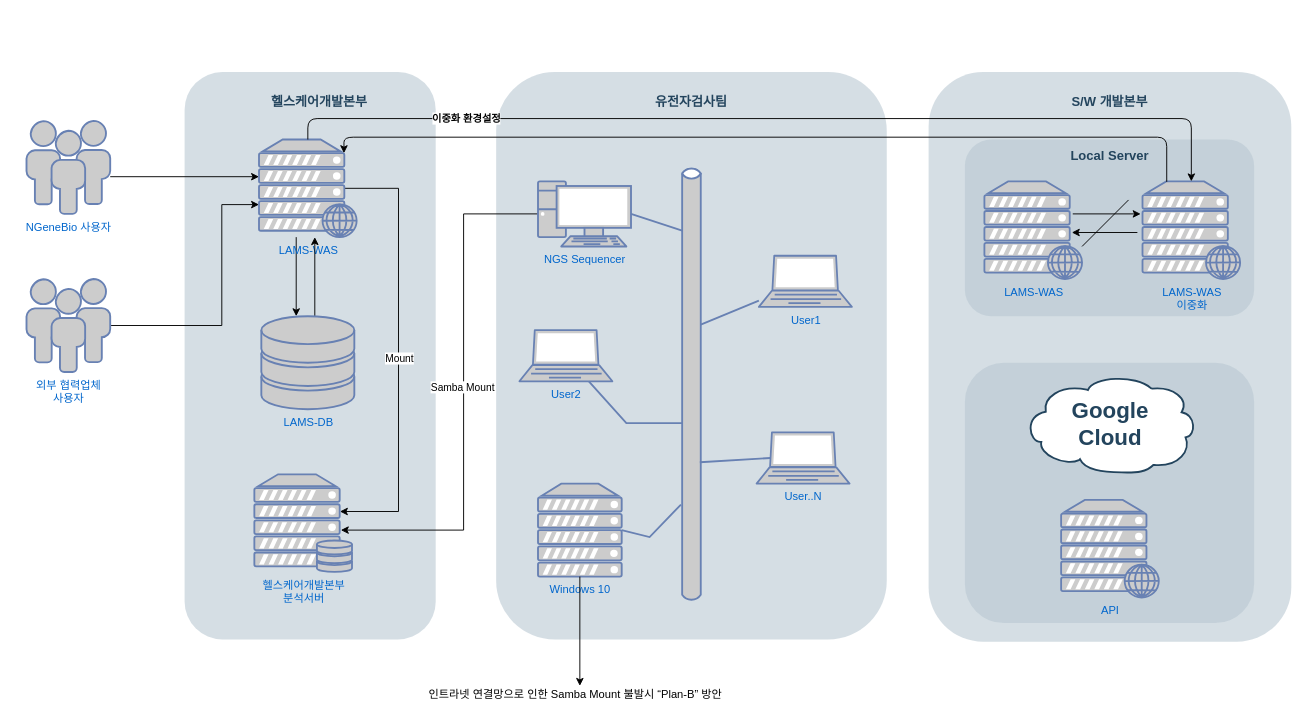
JamesHField/NGENEBIO_Workflow keeps this draw.io diagram as NGB_HC_네트워크구성도.drawio. Above is the earlier version. Source tidied: cells renumbered, new cells numbered last; positions are measured from the earlier drawing's top-left corner, leaving out a move shared by most shapes. Both pictures are drawn from the tidied source at 93%, with x=0, y=0 at pixel (26, 53).
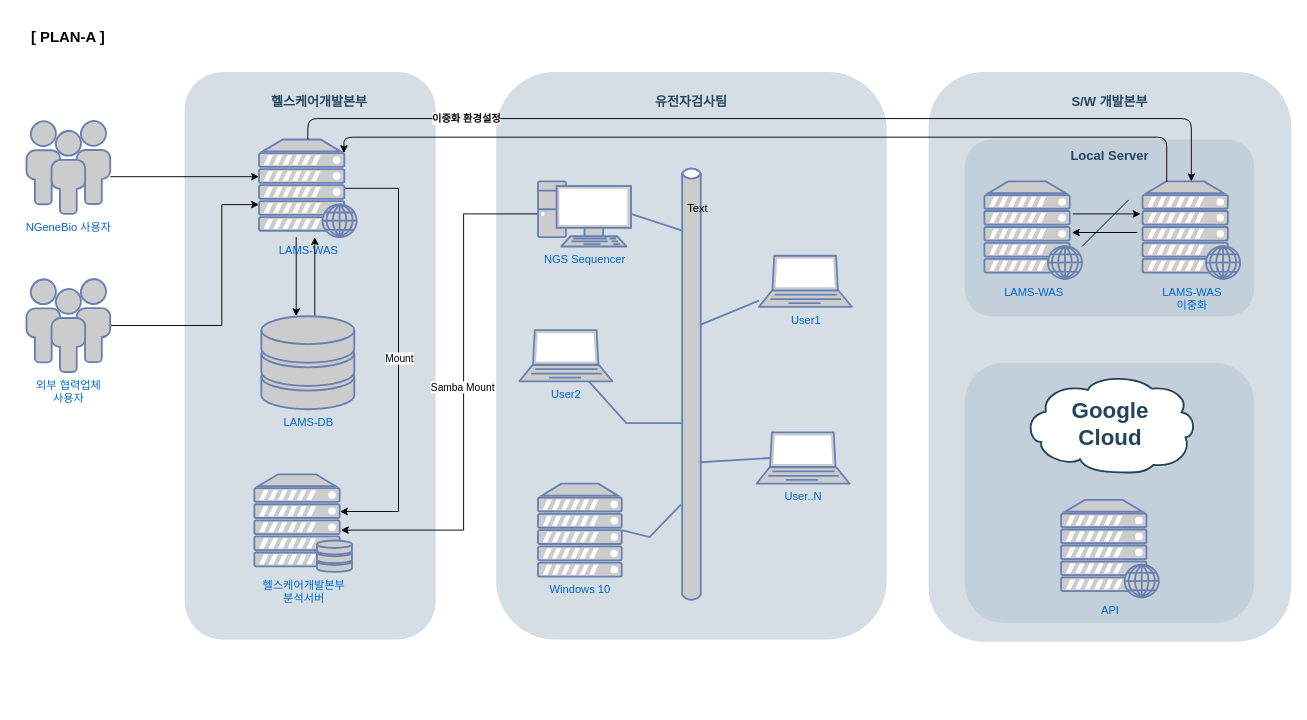
After the change.

Commit message:
서버네트워크 구성도(PLAN-A)

Unchanged cells that the change refers to:
```xml
<mxCell id="44" value="Windows 10" style="fontColor=#0066CC;verticalAlign=top;verticalLabelPosition=bottom;labelPosition=center;align=center;html=1;outlineConnect=0;fillColor=#CCCCCC;strokeColor=#6881B3;gradientColor=none;gradientDirection=north;strokeWidth=2;shape=mxgraph.networks.server;" parent="1" vertex="1">
  <mxGeometry x="550" y="462.5" width="90" height="100" as="geometry" />
</mxCell>
```

Diff of the diagram source:
```diff
@@
-    <mxCell id="45" style="endArrow=classic;html=1;exitX=0.5;exitY=1;exitDx=0;exitDy=0;exitPerimeter=0;" parent="1" edge="1" source="44">
-      <mxGeometry relative="1" as="geometry">
-        <mxPoint x="595" y="680" as="targetPoint" />
-      </mxGeometry>
-    </mxCell>
-    <mxCell id="46" value="인트라넷 연결망으로 인한 Samba Mount 불발시 “Plan-B” 방안" style="text;html=1;align=center;verticalAlign=middle;strokeColor=none;" parent="1" vertex="1">
-      <mxGeometry x="430" y="680" width="320" height="20" as="geometry" />
-    </mxCell>
+    <mxCell id="47" value="Text" style="text;html=1;strokeColor=none;fillColor=none;align=center;verticalAlign=middle;whiteSpace=wrap;rounded=0;" parent="1" vertex="1">
+      <mxGeometry x="702" y="157" width="40" height="20" as="geometry" />
+    </mxCell>
+    <mxCell id="48" value="[ PLAN-A ]" style="text;html=1;strokeColor=none;fillColor=none;align=center;verticalAlign=middle;whiteSpace=wrap;rounded=0;fontStyle=1;fontSize=16;" parent="1" vertex="1">
+      <mxGeometry x="-11" y="-40" width="112" height="43" as="geometry" />
+    </mxCell>
```
